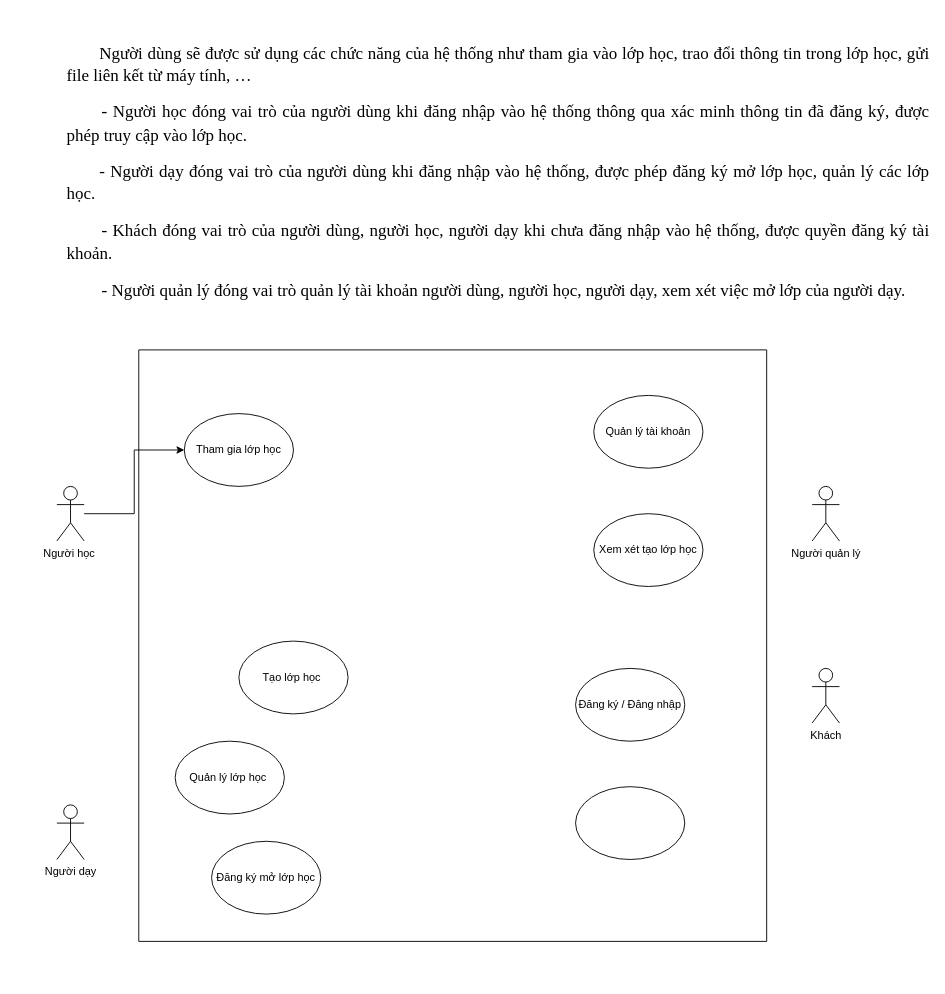
The draw.io diagram OverviewSys.drawio in Archon02/Helooword, before the edit. Source tidied: cells renumbered, new cells numbered last; positions are measured from the earlier drawing's top-left corner, leaving out a move shared by most shapes. Both pictures are drawn from the tidied source at 91%, with x=0, y=0 at pixel (56, 67).
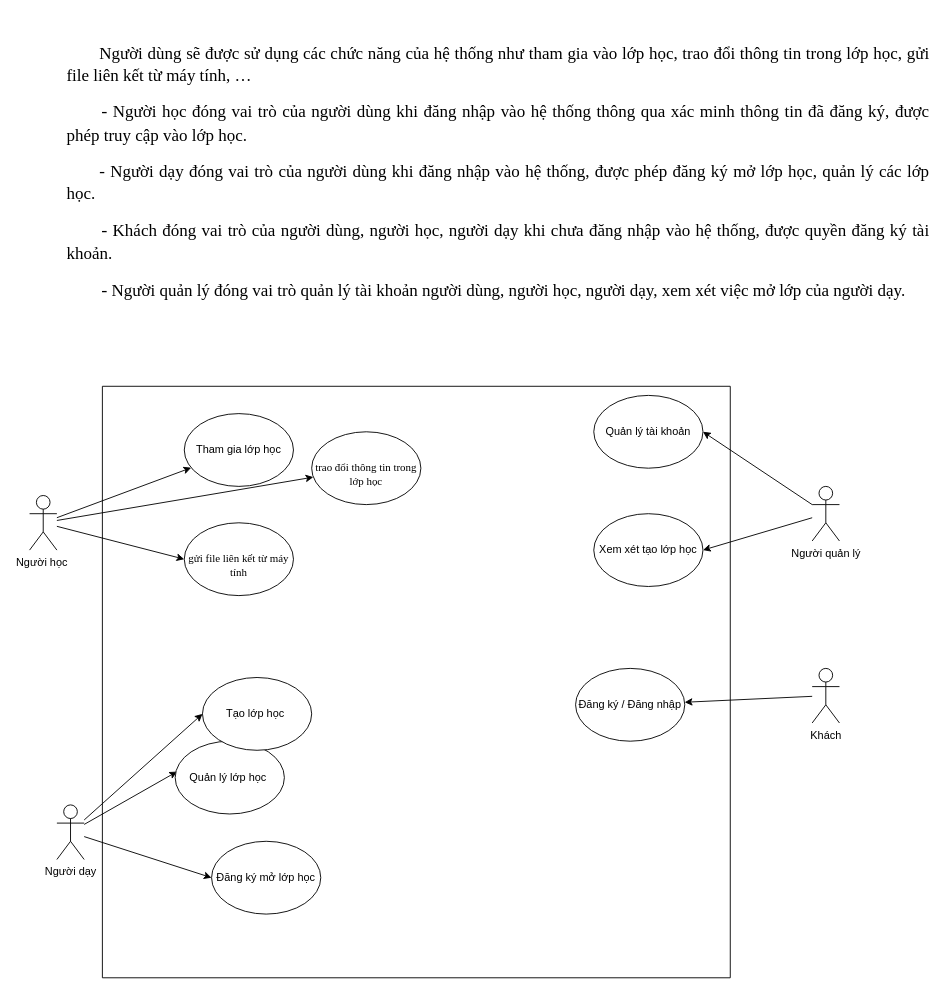
The same diagram, later.

Unchanged cells that the change refers to:
```xml
<mxCell id="4" value="Người dạy" style="shape=umlActor;verticalLabelPosition=bottom;verticalAlign=top;html=1;outlineConnect=0;" parent="1" vertex="1">
  <mxGeometry y="810" width="30" height="60" as="geometry" />
</mxCell>
<mxCell id="5" value="Đăng ký mở lớp học" style="ellipse;whiteSpace=wrap;html=1;" parent="1" vertex="1">
  <mxGeometry x="170" y="850" width="120" height="80" as="geometry" />
</mxCell>
<mxCell id="6" value="Người quản lý" style="shape=umlActor;verticalLabelPosition=bottom;verticalAlign=top;html=1;outlineConnect=0;" parent="1" vertex="1">
  <mxGeometry x="830" y="460" width="30" height="60" as="geometry" />
</mxCell>
<mxCell id="7" value="Khách" style="shape=umlActor;verticalLabelPosition=bottom;verticalAlign=top;html=1;outlineConnect=0;" parent="1" vertex="1">
  <mxGeometry x="830" y="660" width="30" height="60" as="geometry" />
</mxCell>
<mxCell id="9" value="Tham gia lớp học" style="ellipse;whiteSpace=wrap;html=1;" parent="1" vertex="1">
  <mxGeometry x="140" y="380" width="120" height="80" as="geometry" />
</mxCell>
<mxCell id="10" value="Quản lý tài khoản" style="ellipse;whiteSpace=wrap;html=1;" parent="1" vertex="1">
  <mxGeometry x="590" y="360" width="120" height="80" as="geometry" />
</mxCell>
<mxCell id="11" value="Xem xét tạo lớp học" style="ellipse;whiteSpace=wrap;html=1;" parent="1" vertex="1">
  <mxGeometry x="590" y="490" width="120" height="80" as="geometry" />
</mxCell>
<mxCell id="12" value="Quản lý lớp học&amp;nbsp;" style="ellipse;whiteSpace=wrap;html=1;" parent="1" vertex="1">
  <mxGeometry x="130" y="740" width="120" height="80" as="geometry" />
</mxCell>
<mxCell id="13" value="Đăng ký / Đăng nhập" style="ellipse;whiteSpace=wrap;html=1;" parent="1" vertex="1">
  <mxGeometry x="570" y="660" width="120" height="80" as="geometry" />
</mxCell>
<mxCell id="16" value="Tạo lớp học&amp;nbsp;" style="ellipse;whiteSpace=wrap;html=1;" parent="15" vertex="1">
  <mxGeometry x="110" y="320" width="120" height="80" as="geometry" />
</mxCell>
```

What changed in the source:
```diff
@@
-    <mxCell id="2" style="edgeStyle=orthogonalEdgeStyle;rounded=0;jettySize=auto;html=1;" parent="1" edge="1" source="3" target="9">
+    <mxCell id="2" style="rounded=0;jettySize=auto;html=1;" parent="1" edge="1" source="3" target="9">
       <mxGeometry relative="1" as="geometry" />
     </mxCell>
+    <mxCell id="17" style="edgeStyle=none;rounded=0;jettySize=auto;html=1;" parent="1" edge="1" source="3" target="26">
+      <mxGeometry relative="1" as="geometry" />
+    </mxCell>
+    <mxCell id="18" style="edgeStyle=none;rounded=0;jettySize=auto;html=1;entryX=0;entryY=0.5;entryDx=0;entryDy=0;" parent="1" edge="1" source="3" target="25">
+      <mxGeometry relative="1" as="geometry" />
+    </mxCell>
     <mxCell id="3" value="Người học&amp;nbsp;" style="shape=umlActor;verticalLabelPosition=bottom;verticalAlign=top;html=1;outlineConnect=0;" parent="1" vertex="1">
-      <mxGeometry y="460" width="30" height="60" as="geometry" />
+      <mxGeometry x="-30" y="470" width="30" height="60" as="geometry" />
     </mxCell>
+    <mxCell id="19" style="rounded=0;jettySize=auto;html=1;entryX=0;entryY=0.5;entryDx=0;entryDy=0;" parent="1" edge="1" source="4" target="16">
+      <mxGeometry relative="1" as="geometry" />
+    </mxCell>
+    <mxCell id="20" style="rounded=0;jettySize=auto;html=1;entryX=0.017;entryY=0.418;entryDx=0;entryDy=0;entryPerimeter=0;" parent="1" edge="1" source="4" target="12">
+      <mxGeometry relative="1" as="geometry" />
+    </mxCell>
+    <mxCell id="21" style="rounded=0;jettySize=auto;html=1;entryX=0;entryY=0.5;entryDx=0;entryDy=0;" parent="1" edge="1" source="4" target="5">
+      <mxGeometry relative="1" as="geometry" />
+    </mxCell>
@@
+    <mxCell id="22" style="edgeStyle=none;rounded=0;jettySize=auto;html=1;entryX=1;entryY=0.5;entryDx=0;entryDy=0;fontSize=12;" parent="1" edge="1" source="6" target="10">
+      <mxGeometry relative="1" as="geometry" />
+    </mxCell>
+    <mxCell id="23" style="edgeStyle=none;rounded=0;jettySize=auto;html=1;entryX=1;entryY=0.5;entryDx=0;entryDy=0;fontSize=12;" parent="1" edge="1" source="6" target="11">
+      <mxGeometry relative="1" as="geometry" />
+    </mxCell>
@@
+    <mxCell id="24" style="edgeStyle=none;rounded=0;jettySize=auto;html=1;fontSize=12;" parent="1" edge="1" source="7" target="13">
+      <mxGeometry relative="1" as="geometry" />
+    </mxCell>
@@
-    <mxCell id="14" style="ellipse;whiteSpace=wrap;html=1;" parent="1" vertex="1">
-      <mxGeometry x="570" y="790" width="120" height="80" as="geometry" />
-    </mxCell>
-    <mxCell id="15" style="swimlane;startSize=0;" parent="1" vertex="1">
-      <mxGeometry x="90" y="310" width="690" height="650" as="geometry" />
+    <mxCell id="15" value="&#10;&#10;" style="swimlane;startSize=0;" parent="1" vertex="1">
+      <mxGeometry x="50" y="350" width="690" height="650" as="geometry" />
     </mxCell>
@@
+    <mxCell id="25" value="&lt;font style=&quot;font-size: 12px;&quot;&gt;&lt;br&gt;&lt;b id=&quot;docs-internal-guid-def37bf5-7fff-e7cd-ad57-8ef27c446c35&quot; style=&quot;font-weight: normal;&quot;&gt;&lt;span style=&quot;font-family: &amp;quot;Times New Roman&amp;quot;; color: rgb(0, 0, 0); background-color: transparent; font-weight: 400; font-style: normal; font-variant: normal; text-decoration: none; vertical-align: baseline;&quot;&gt;gửi file liên kết từ máy tính&lt;/span&gt;&lt;/b&gt;&lt;br&gt;&lt;/font&gt;" style="ellipse;whiteSpace=wrap;html=1;" parent="15" vertex="1">
+      <mxGeometry x="90" y="150" width="120" height="80" as="geometry" />
+    </mxCell>
+    <mxCell id="26" value="&lt;font style=&quot;&quot;&gt;&lt;font style=&quot;font-size: 12px;&quot;&gt;&lt;br&gt;&lt;b id=&quot;docs-internal-guid-7aa8ce0f-7fff-487a-06d5-051413833943&quot; style=&quot;font-weight: normal;&quot;&gt;&lt;span style=&quot;font-family: &amp;quot;Times New Roman&amp;quot;; color: rgb(0, 0, 0); background-color: transparent; font-weight: 400; font-style: normal; font-variant: normal; text-decoration: none; vertical-align: baseline;&quot;&gt;trao đổi thông tin trong lớp học&lt;/span&gt;&lt;/b&gt;&lt;/font&gt;&lt;br&gt;&lt;/font&gt;" style="ellipse;whiteSpace=wrap;html=1;" parent="15" vertex="1">
+      <mxGeometry x="230" y="50" width="120" height="80" as="geometry" />
+    </mxCell>
```
